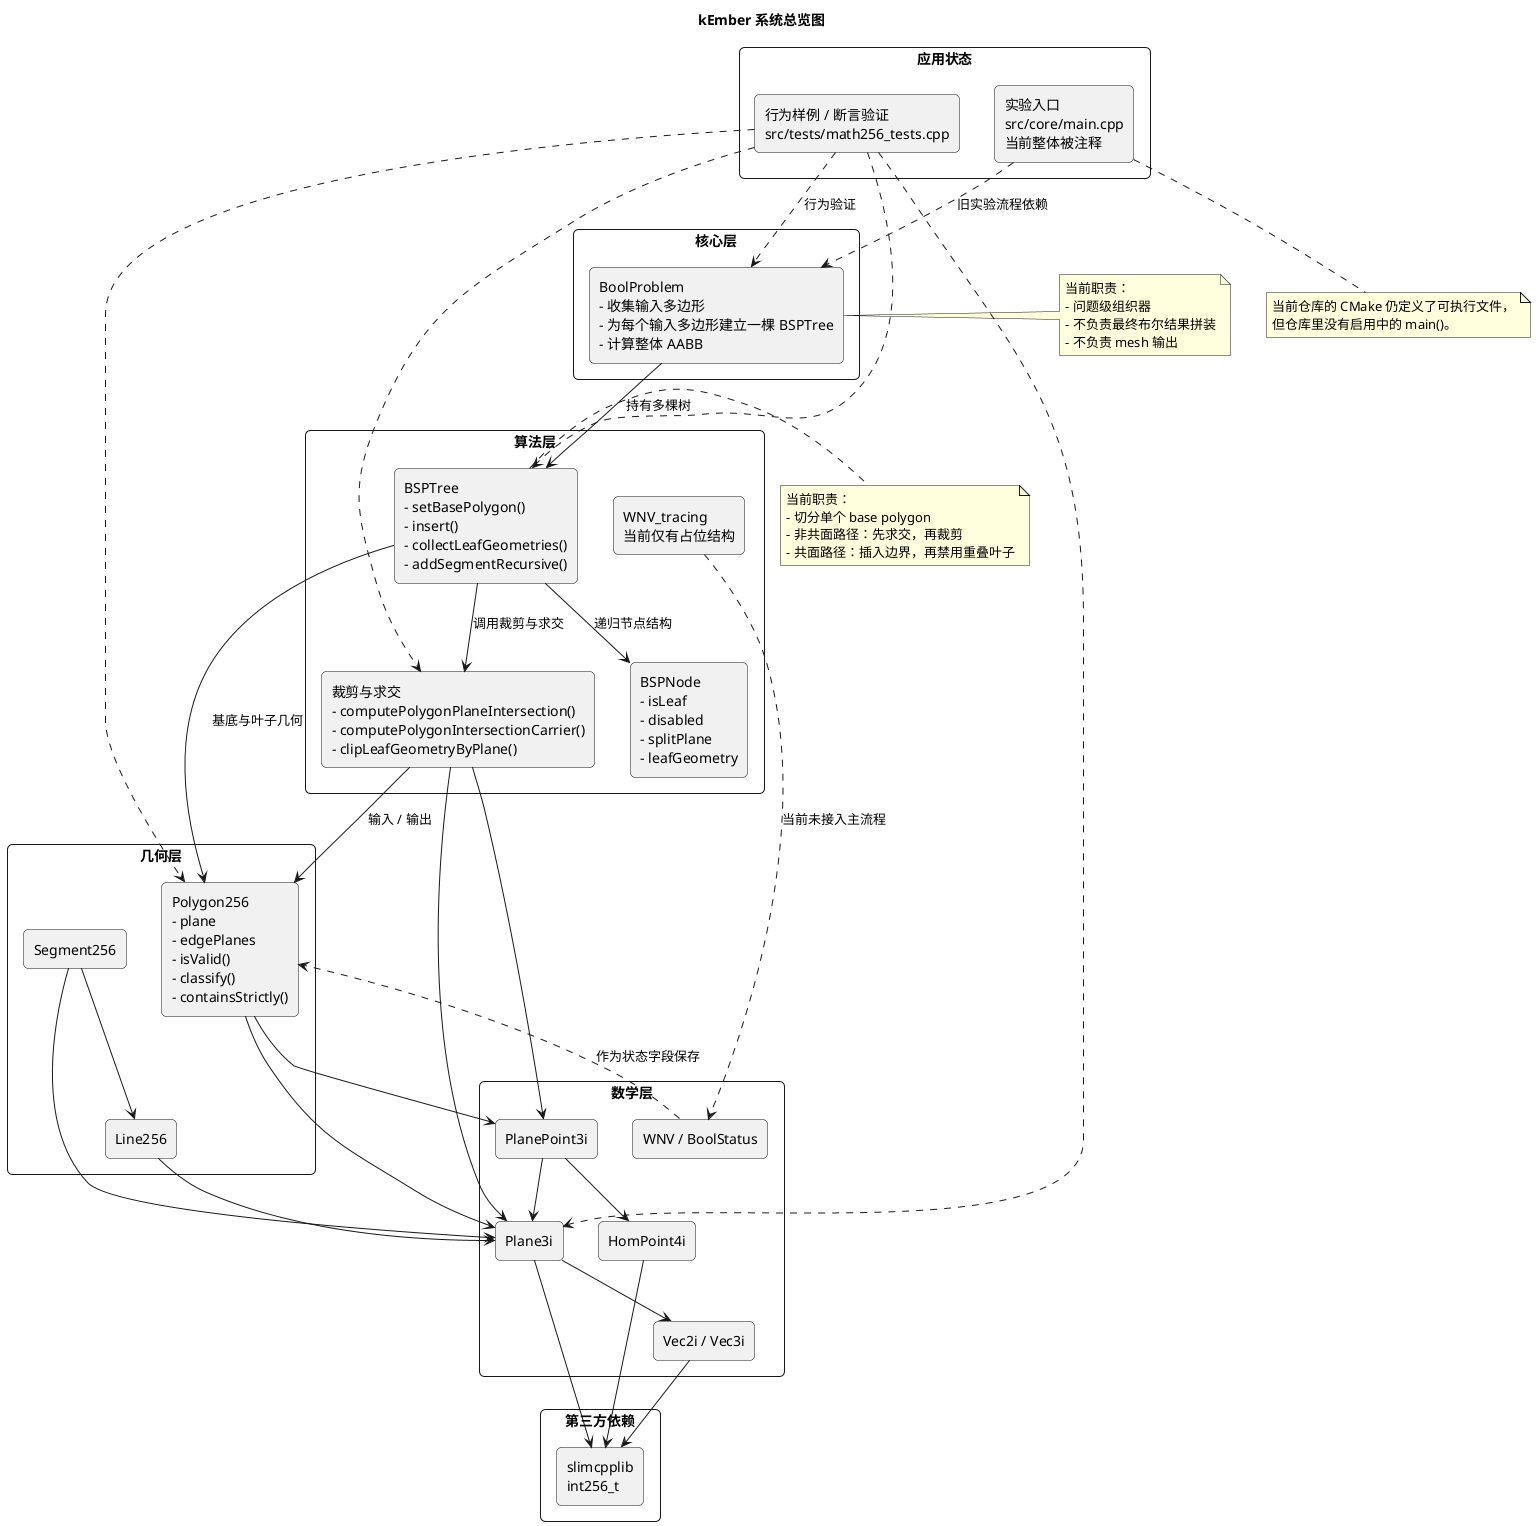
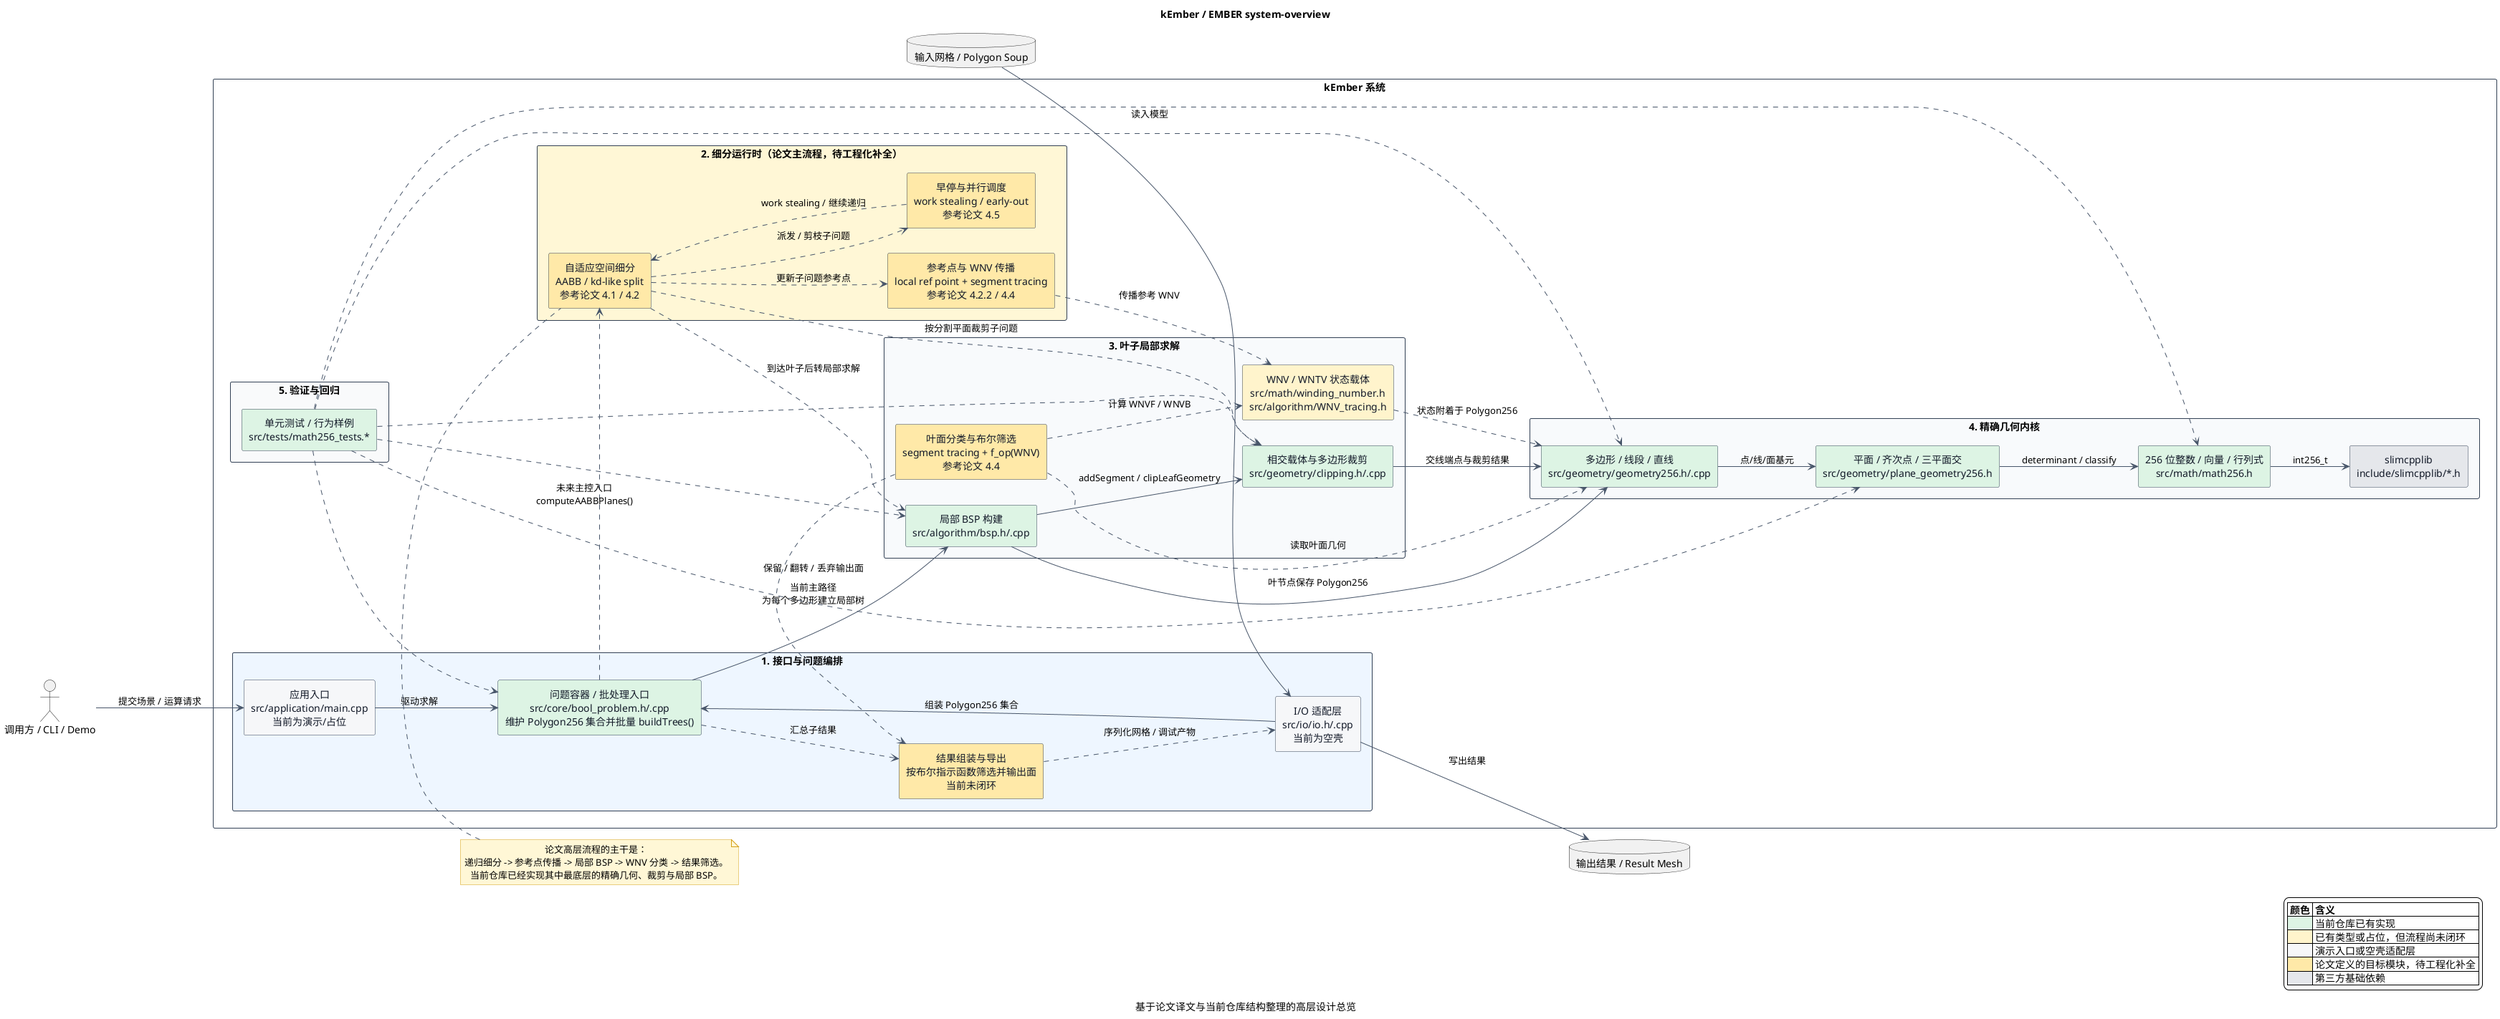
- ﻿@startuml
- title kEmber 系统总览图
+ @startuml
+ title kEmber / EMBER system-overview
+ caption 基于论文译文与当前仓库结构整理的高层设计总览
+ 
+ left to right direction
+ 
skinparam backgroundColor white
skinparam shadowing false
- skinparam defaultTextAlignment left
+ skinparam defaultTextAlignment center
skinparam packageStyle rectangle
- skinparam rectangle {
-   RoundCorner 10
+ skinparam componentStyle rectangle
+ skinparam ArrowColor #475569
+ skinparam package {
+   BorderColor #334155
+   FontColor #111827
+ }
+ skinparam component {
+   BorderColor #334155
+   FontColor #111827
+ }
+ skinparam note {
+   BackgroundColor #FFF7D6
+   BorderColor #D4A017
}

- package "应用状态" {
-   rectangle "实验入口\nsrc/core/main.cpp\n当前整体被注释" as Main
-   rectangle "行为样例 / 断言验证\nsrc/tests/math256_tests.cpp" as Tests
+ actor "调用方 / CLI / Demo" as Caller
+ database "输入网格 / Polygon Soup" as Input
+ database "输出结果 / Result Mesh" as Output
+ 
+ rectangle "kEmber 系统" as System {
+   package "1. 接口与问题编排" #EEF6FF {
+     component "应用入口\nsrc/application/main.cpp\n当前为演示/占位" as App #F6F7F9
+     component "I/O 适配层\nsrc/io/io.h/.cpp\n当前为空壳" as IO #F6F7F9
+     component "问题容器 / 批处理入口\nsrc/core/bool_problem.h/.cpp\n维护 Polygon256 集合并批量 buildTrees()" as BoolProblem #DDF4E4
+     component "结果组装与导出\n按布尔指示函数筛选并输出面\n当前未闭环" as Export #FFE9A8
+   }
+ 
+   package "2. 细分运行时（论文主流程，待工程化补全）" #FFF7D6 {
+     component "自适应空间细分\nAABB / kd-like split\n参考论文 4.1 / 4.2" as Subdivision #FFE9A8
+     component "参考点与 WNV 传播\nlocal ref point + segment tracing\n参考论文 4.2.2 / 4.4" as RefWNV #FFE9A8
+     component "早停与并行调度\nwork stealing / early-out\n参考论文 4.5" as Runtime #FFE9A8
+   }
+ 
+   package "3. 叶子局部求解" #F8FAFC {
+     component "局部 BSP 构建\nsrc/algorithm/bsp.h/.cpp" as BSP #DDF4E4
+     component "相交载体与多边形裁剪\nsrc/geometry/clipping.h/.cpp" as Clip #DDF4E4
+     component "WNV / WNTV 状态载体\nsrc/math/winding_number.h\nsrc/algorithm/WNV_tracing.h" as Winding #FFF4CC
+     component "叶面分类与布尔筛选\nsegment tracing + f_op(WNV)\n参考论文 4.4" as Classify #FFE9A8
+   }
+ 
+   package "4. 精确几何内核" #F8FAFC {
+     component "多边形 / 线段 / 直线\nsrc/geometry/geometry256.h/.cpp" as Geometry #DDF4E4
+     component "平面 / 齐次点 / 三平面交\nsrc/geometry/plane_geometry256.h" as PlaneGeom #DDF4E4
+     component "256 位整数 / 向量 / 行列式\nsrc/math/math256.h" as Math256 #DDF4E4
+     component "slimcpplib\ninclude/slimcpplib/*.h" as Slim #E5E7EB
+   }
+ 
+   package "5. 验证与回归" #F9FAFB {
+     component "单元测试 / 行为样例\nsrc/tests/math256_tests.*" as Tests #DDF4E4
+   }
}

- package "核心层" {
-   rectangle "BoolProblem\n- 收集输入多边形\n- 为每个输入多边形建立一棵 BSPTree\n- 计算整体 AABB" as BoolProblem
- }
+ Caller --> App : 提交场景 / 运算请求
+ Input --> IO : 读入模型
+ IO --> BoolProblem : 组装 Polygon256 集合
+ App --> BoolProblem : 驱动求解

- package "算法层" {
-   rectangle "BSPTree\n- setBasePolygon()\n- insert()\n- collectLeafGeometries()\n- addSegmentRecursive()" as BSPTree
-   rectangle "BSPNode\n- isLeaf\n- disabled\n- splitPlane\n- leafGeometry" as BSPNode
-   rectangle "裁剪与求交\n- computePolygonPlaneIntersection()\n- computePolygonIntersectionCarrier()\n- clipLeafGeometryByPlane()" as Clipping
-   rectangle "WNV_tracing\n当前仅有占位结构" as WNVTracing
- }
+ BoolProblem --> BSP : 当前主路径\n为每个多边形建立局部树
+ BoolProblem ..> Subdivision : 未来主控入口\ncomputeAABBPlanes()
+ Subdivision ..> Clip : 按分割平面裁剪子问题
+ Subdivision ..> RefWNV : 更新子问题参考点
+ Subdivision ..> Runtime : 派发 / 剪枝子问题
+ Runtime ..> Subdivision : work stealing / 继续递归
+ Subdivision ..> BSP : 到达叶子后转局部求解

- package "几何层" {
-   rectangle "Polygon256\n- plane\n- edgePlanes\n- isValid()\n- classify()\n- containsStrictly()" as Polygon256
-   rectangle "Segment256" as Segment256
-   rectangle "Line256" as Line256
- }
+ BSP --> Clip : addSegment / clipLeafGeometry
+ BSP --> Geometry : 叶节点保存 Polygon256
+ Clip --> Geometry : 交线端点与裁剪结果
+ Classify ..> Geometry : 读取叶面几何
+ Classify ..> Winding : 计算 WNVF / WNVB
+ RefWNV ..> Winding : 传播参考 WNV
+ Winding ..> Geometry : 状态附着于 Polygon256

- package "数学层" {
-   rectangle "Plane3i" as Plane3i
-   rectangle "PlanePoint3i" as PlanePoint3i
-   rectangle "HomPoint4i" as HomPoint4i
-   rectangle "Vec2i / Vec3i" as Vec
-   rectangle "WNV / BoolStatus" as WNV
- }
+ Geometry --> PlaneGeom : 点/线/面基元
+ PlaneGeom --> Math256 : determinant / classify
+ Math256 --> Slim : int256_t

- package "第三方依赖" {
-   rectangle "slimcpplib\nint256_t" as Slim
- }
+ Classify ..> Export : 保留 / 翻转 / 丢弃输出面
+ BoolProblem ..> Export : 汇总子结果
+ Export ..> IO : 序列化网格 / 调试产物
+ IO --> Output : 写出结果

- Main ..> BoolProblem : 旧实验流程依赖
- Tests ..> BoolProblem : 行为验证
- Tests ..> BSPTree
- Tests ..> Clipping
- Tests ..> Polygon256
- Tests ..> Plane3i
+ Tests ..> BoolProblem
+ Tests ..> BSP
+ Tests ..> Clip
+ Tests ..> Geometry
+ Tests ..> PlaneGeom
+ Tests ..> Math256

- BoolProblem --> BSPTree : 持有多棵树
- BSPTree --> BSPNode : 递归节点结构
- BSPTree --> Clipping : 调用裁剪与求交
- BSPTree --> Polygon256 : 基底与叶子几何
- Clipping --> Polygon256 : 输入 / 输出
- Clipping --> Plane3i
- Clipping --> PlanePoint3i
- 
- Polygon256 --> Plane3i
- Polygon256 --> PlanePoint3i
- Segment256 --> Line256
- Segment256 --> Plane3i
- Line256 --> Plane3i
- PlanePoint3i --> HomPoint4i
- PlanePoint3i --> Plane3i
- Plane3i --> Vec
- 
- Vec --> Slim
- Plane3i --> Slim
- HomPoint4i --> Slim
- WNV ..> Polygon256 : 作为状态字段保存
- WNVTracing ..> WNV : 当前未接入主流程
- 
- note right of BoolProblem
- 当前职责：
- - 问题级组织器
- - 不负责最终布尔结果拼装
- - 不负责 mesh 输出
+ note top of Subdivision
+ 论文高层流程的主干是：
+ 递归细分 -> 参考点传播 -> 局部 BSP -> WNV 分类 -> 结果筛选。
+ 当前仓库已经实现其中最底层的精确几何、裁剪与局部 BSP。
end note

- note right of BSPTree
- 当前职责：
- - 切分单个 base polygon
- - 非共面路径：先求交，再裁剪
- - 共面路径：插入边界，再禁用重叠叶子
- end note
+ legend right
+ |= 颜色 |= 含义 |
+ |<#DDF4E4>| 当前仓库已有实现 |
+ |<#FFF4CC>| 已有类型或占位，但流程尚未闭环 |
+ |<#F6F7F9>| 演示入口或空壳适配层 |
+ |<#FFE9A8>| 论文定义的目标模块，待工程化补全 |
+ |<#E5E7EB>| 第三方基础依赖 |
+ endlegend

- note bottom of Main
- 当前仓库的 CMake 仍定义了可执行文件，
- 但仓库里没有启用中的 main()。
- end note
- 
- @enduml+ @enduml
